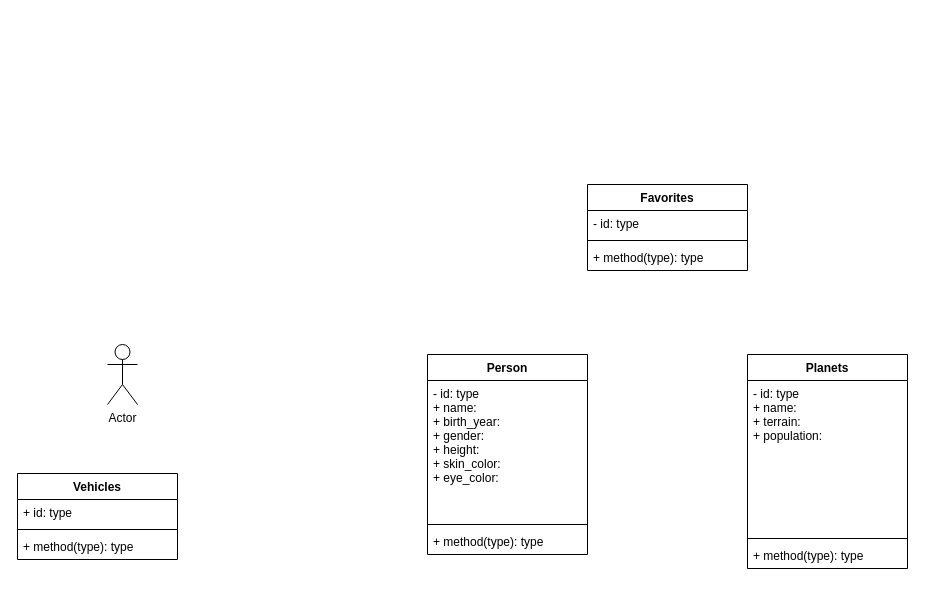
Before: exercise-starwars-data-modeling.drawio in Johndbm/exercise-starwars-data-modeling, a draw.io diagram. Source tidied: cells renumbered, new cells numbered last; positions are measured from the earlier drawing's top-left corner, leaving out a move shared by most shapes. Both pictures are drawn from the tidied source at 100%, with x=0, y=0 at pixel (17, 184).
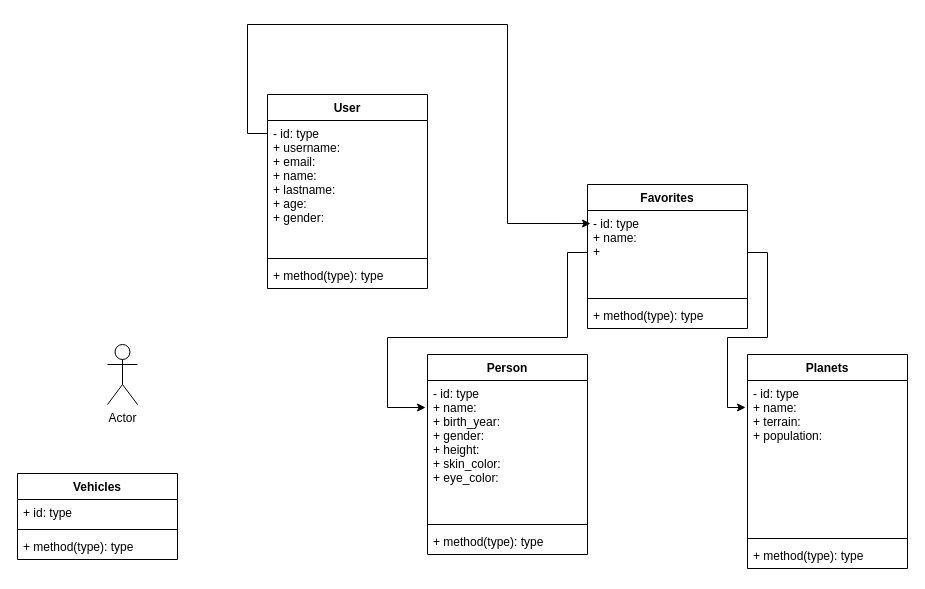
Above is the later version.

Unchanged cells that the change refers to:
```xml
<mxCell id="7" value="- id: type&#10;+ name: &#10;+ birth_year:&#10;+ gender:&#10;+ height:&#10;+ skin_color:&#10;+ eye_color:" style="text;strokeColor=none;fillColor=none;align=left;verticalAlign=top;spacingLeft=4;spacingRight=4;overflow=hidden;points=[[0,0.5],[1,0.5]];portConstraint=eastwest;" parent="6" vertex="1">
  <mxGeometry y="26" width="160" height="140" as="geometry" />
</mxCell>
<mxCell id="11" value="- id: type&#10;+ name: &#10;+ terrain: &#10;+ population: " style="text;strokeColor=none;fillColor=none;align=left;verticalAlign=top;spacingLeft=4;spacingRight=4;overflow=hidden;points=[[0,0.5],[1,0.5]];portConstraint=eastwest;" parent="10" vertex="1">
  <mxGeometry y="26" width="160" height="154" as="geometry" />
</mxCell>
```

What changed in the source:
```diff
@@
     <mxCell id="2" value="Favorites" style="swimlane;fontStyle=1;align=center;verticalAlign=top;horizontal=1;startSize=26;" parent="1" vertex="1">
-      <mxGeometry x="570" width="160" height="86" as="geometry" />
+      <mxGeometry x="570" width="160" height="144" as="geometry" />
     </mxCell>
-    <mxCell id="3" value="- id: type" style="text;strokeColor=none;fillColor=none;align=left;verticalAlign=top;spacingLeft=4;spacingRight=4;overflow=hidden;points=[[0,0.5],[1,0.5]];portConstraint=eastwest;" parent="2" vertex="1">
-      <mxGeometry y="26" width="160" height="26" as="geometry" />
+    <mxCell id="3" value="- id: type&#10;+ name: &#10;+ &#10;" style="text;strokeColor=none;fillColor=none;align=left;verticalAlign=top;spacingLeft=4;spacingRight=4;overflow=hidden;points=[[0,0.5],[1,0.5]];portConstraint=eastwest;" parent="2" vertex="1">
+      <mxGeometry y="26" width="160" height="84" as="geometry" />
     </mxCell>
     <mxCell id="4" style="line;strokeWidth=1;fillColor=none;align=left;verticalAlign=middle;spacingTop=-1;spacingLeft=3;spacingRight=3;labelPosition=right;strokeColor=inherit;" parent="2" vertex="1">
-      <mxGeometry y="52" width="160" height="8" as="geometry" />
+      <mxGeometry y="110" width="160" height="8" as="geometry" />
     </mxCell>
     <mxCell id="5" value="+ method(type): type" style="text;strokeColor=none;fillColor=none;align=left;verticalAlign=top;spacingLeft=4;spacingRight=4;overflow=hidden;" parent="2" vertex="1">
-      <mxGeometry y="60" width="160" height="26" as="geometry" />
+      <mxGeometry y="118" width="160" height="26" as="geometry" />
     </mxCell>
@@
+    <mxCell id="19" value="User" style="swimlane;fontStyle=1;align=center;verticalAlign=top;horizontal=1;startSize=26;" parent="1" vertex="1">
+      <mxGeometry x="250" y="-90" width="160" height="194" as="geometry" />
+    </mxCell>
+    <mxCell id="20" value="- id: type&#10;+ username: &#10;+ email: &#10;+ name: &#10;+ lastname: &#10;+ age: &#10;+ gender: " style="text;strokeColor=none;fillColor=none;align=left;verticalAlign=top;spacingLeft=4;spacingRight=4;overflow=hidden;points=[[0,0.5],[1,0.5]];portConstraint=eastwest;" parent="19" vertex="1">
+      <mxGeometry y="26" width="160" height="134" as="geometry" />
+    </mxCell>
+    <mxCell id="21" style="line;strokeWidth=1;fillColor=none;align=left;verticalAlign=middle;spacingTop=-1;spacingLeft=3;spacingRight=3;labelPosition=right;strokeColor=inherit;" parent="19" vertex="1">
+      <mxGeometry y="160" width="160" height="8" as="geometry" />
+    </mxCell>
+    <mxCell id="22" value="+ method(type): type" style="text;strokeColor=none;fillColor=none;align=left;verticalAlign=top;spacingLeft=4;spacingRight=4;overflow=hidden;" parent="19" vertex="1">
+      <mxGeometry y="168" width="160" height="26" as="geometry" />
+    </mxCell>
+    <mxCell id="23" style="edgeStyle=orthogonalEdgeStyle;rounded=0;jettySize=auto;html=1;exitX=0;exitY=0.097;exitDx=0;exitDy=0;entryX=0.019;entryY=0.155;entryDx=0;entryDy=0;entryPerimeter=0;exitPerimeter=0;" parent="1" edge="1" source="20" target="3">
+      <mxGeometry relative="1" as="geometry">
+        <Array as="points">
+          <mxPoint x="230" y="-51" />
+          <mxPoint x="230" y="-160" />
+          <mxPoint x="490" y="-160" />
+          <mxPoint x="490" y="39" />
+        </Array>
+      </mxGeometry>
+    </mxCell>
+    <mxCell id="24" style="edgeStyle=orthogonalEdgeStyle;rounded=0;jettySize=auto;html=1;exitX=0;exitY=0.5;exitDx=0;exitDy=0;entryX=-0.012;entryY=0.193;entryDx=0;entryDy=0;entryPerimeter=0;" parent="1" edge="1" source="3" target="7">
+      <mxGeometry relative="1" as="geometry">
+        <Array as="points">
+          <mxPoint x="550" y="68" />
+          <mxPoint x="550" y="153" />
+          <mxPoint x="370" y="153" />
+          <mxPoint x="370" y="223" />
+        </Array>
+      </mxGeometry>
+    </mxCell>
+    <mxCell id="25" style="edgeStyle=orthogonalEdgeStyle;rounded=0;jettySize=auto;html=1;exitX=1;exitY=0.5;exitDx=0;exitDy=0;entryX=-0.012;entryY=0.175;entryDx=0;entryDy=0;entryPerimeter=0;" parent="1" edge="1" source="3" target="11">
+      <mxGeometry relative="1" as="geometry" />
+    </mxCell>
```
